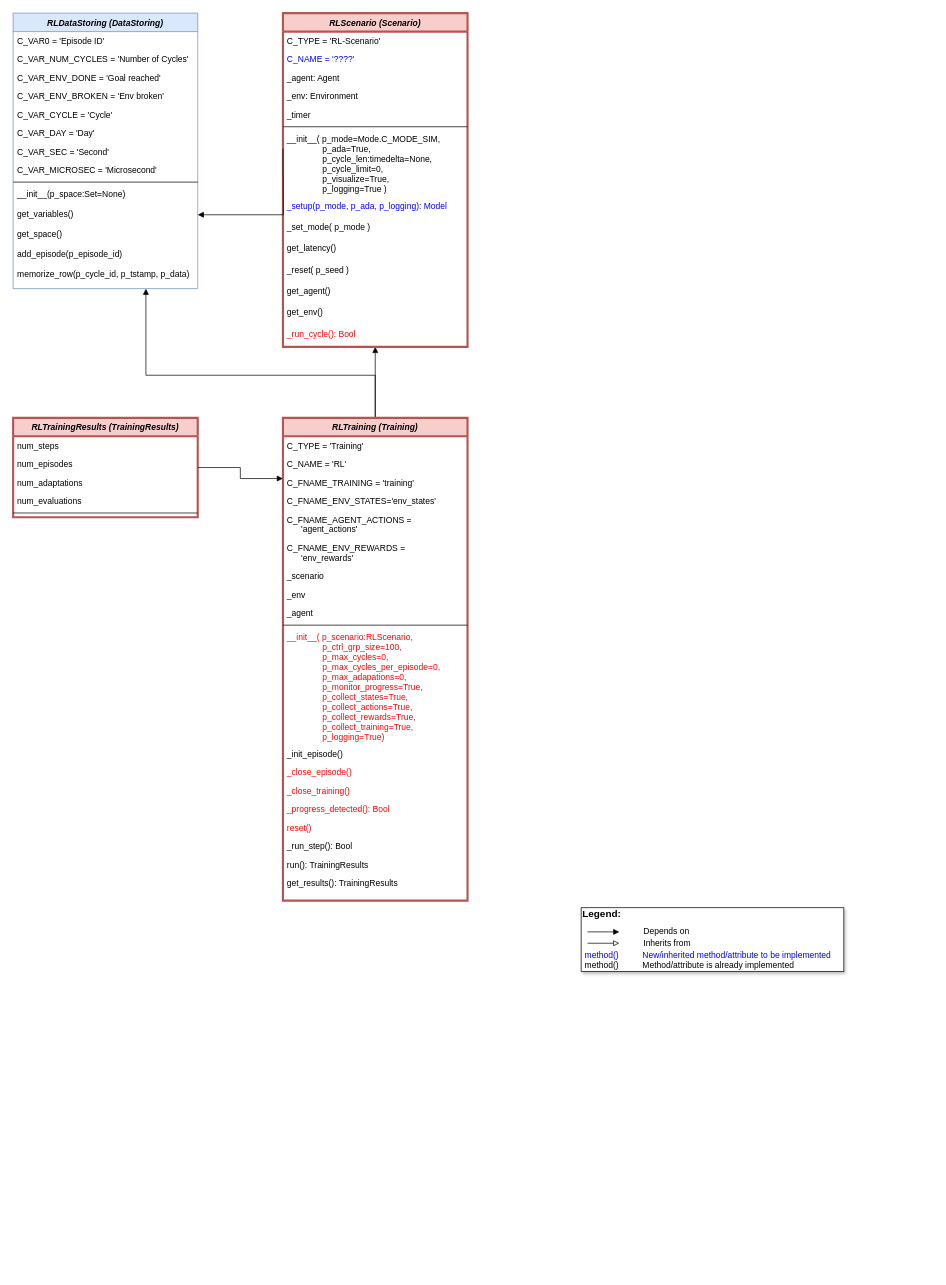
The draw.io diagram doc/rl/04 run and train/MLPro-RL-Train class diagram.drawio in fhswf/MLPro, before the edit. Source tidied: cells renumbered, new cells numbered last; positions are measured from the earlier drawing's top-left corner, leaving out a move shared by most shapes. Both pictures are drawn from the tidied source at 71%, with x=0, y=0 at pixel (13, 13).
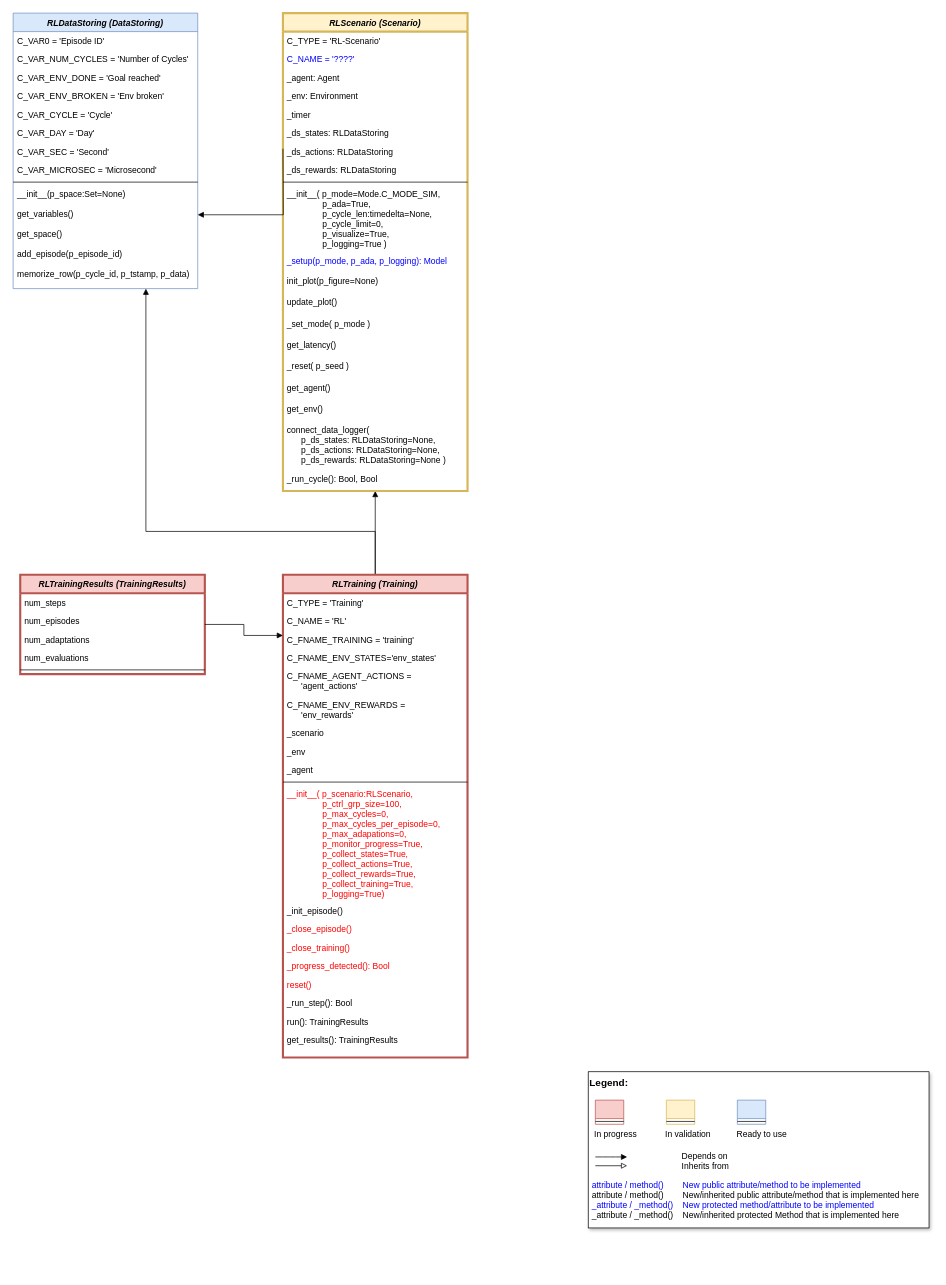
After the change.

Commit message (it also covers changes not shown here):
Scenario, RLScenario

The change refers to these unchanged cells:
```xml
<mxCell id="43" value="RLDataStoring (DataStoring)" style="swimlane;fontStyle=3;align=center;verticalAlign=top;horizontal=1;startSize=26;rounded=0;shadow=0;strokeWidth=1;fillColor=#dae8fc;strokeColor=#6c8ebf;" parent="1" vertex="1">
  <mxGeometry width="260" height="388" as="geometry" />
</mxCell>
```

Change to the diagram source:
```diff
@@
     <mxCell id="3" style="edgeStyle=orthogonalEdgeStyle;rounded=0;jettySize=auto;html=1;endArrow=block;endFill=1;exitX=0.5;exitY=0;exitDx=0;exitDy=0;" parent="1" edge="1" source="4" target="43">
       <mxGeometry relative="1" as="geometry">
         <Array as="points">
-          <mxPoint x="510" y="510" />
-          <mxPoint x="187" y="510" />
+          <mxPoint x="510" y="730" />
+          <mxPoint x="187" y="730" />
         </Array>
       </mxGeometry>
     </mxCell>
     <mxCell id="4" value="RLTraining (Training)" style="swimlane;fontStyle=3;align=center;verticalAlign=top;horizontal=1;startSize=26;rounded=0;shadow=0;strokeWidth=3;fillColor=#f8cecc;strokeColor=#b85450;" parent="1" vertex="1">
-      <mxGeometry x="380" y="570" width="260" height="680" as="geometry" />
+      <mxGeometry x="380" y="791" width="260" height="680" as="geometry" />
     </mxCell>
@@
-    <mxCell id="24" value="RLScenario (Scenario)" style="swimlane;fontStyle=3;align=center;verticalAlign=top;horizontal=1;startSize=26;rounded=0;shadow=0;strokeWidth=3;fillColor=#f8cecc;strokeColor=#b85450;" parent="1" vertex="1">
-      <mxGeometry x="380" width="260" height="470" as="geometry" />
+    <mxCell id="24" value="RLScenario (Scenario)" style="swimlane;fontStyle=3;align=center;verticalAlign=top;horizontal=1;startSize=26;rounded=0;shadow=0;strokeWidth=3;fillColor=#fff2cc;strokeColor=#d6b656;" parent="1" vertex="1">
+      <mxGeometry x="380" width="260" height="673" as="geometry" />
     </mxCell>
@@
+    <mxCell id="66" value="_ds_states: RLDataStoring" style="text;align=left;verticalAlign=top;spacingLeft=4;spacingRight=4;overflow=hidden;" parent="24" vertex="1">
+      <mxGeometry y="156" width="260" height="26" as="geometry" />
+    </mxCell>
+    <mxCell id="67" value="_ds_actions: RLDataStoring" style="text;align=left;verticalAlign=top;spacingLeft=4;spacingRight=4;overflow=hidden;" parent="24" vertex="1">
+      <mxGeometry y="182" width="260" height="26" as="geometry" />
+    </mxCell>
+    <mxCell id="68" value="_ds_rewards: RLDataStoring" style="text;align=left;verticalAlign=top;spacingLeft=4;spacingRight=4;overflow=hidden;" parent="24" vertex="1">
+      <mxGeometry y="208" width="260" height="26" as="geometry" />
+    </mxCell>
     <mxCell id="30" style="line;html=1;strokeWidth=1;align=left;verticalAlign=middle;spacingTop=-1;spacingLeft=3;spacingRight=3;labelPosition=right;" parent="24" vertex="1">
-      <mxGeometry y="156" width="260" height="8" as="geometry" />
+      <mxGeometry y="234" width="260" height="8" as="geometry" />
     </mxCell>
     <mxCell id="31" value="__init__( p_mode=Mode.C_MODE_SIM,&#10;               p_ada=True, &#10;               p_cycle_len:timedelta=None,&#10;               p_cycle_limit=0,&#10;               p_visualize=True,&#10;               p_logging=True )" style="text;align=left;verticalAlign=top;spacingLeft=4;spacingRight=4;overflow=hidden;" parent="24" vertex="1">
-      <mxGeometry y="164" width="260" height="94" as="geometry" />
+      <mxGeometry y="242" width="260" height="94" as="geometry" />
     </mxCell>
     <mxCell id="32" value="_setup(p_mode, p_ada, p_logging): Model" style="text;align=left;verticalAlign=top;spacingLeft=4;spacingRight=4;overflow=hidden;fontColor=#0000FF;" parent="24" vertex="1">
-      <mxGeometry y="258" width="260" height="30" as="geometry" />
+      <mxGeometry y="336" width="260" height="28" as="geometry" />
     </mxCell>
-    <mxCell id="33" value="_set_mode( p_mode )" style="text;align=left;verticalAlign=top;spacingLeft=4;spacingRight=4;overflow=hidden;" parent="24" vertex="1">
-      <mxGeometry y="288" width="260" height="30" as="geometry" />
+    <mxCell id="33" value="init_plot(p_figure=None)" style="text;align=left;verticalAlign=top;spacingLeft=4;spacingRight=4;overflow=hidden;" parent="24" vertex="1">
+      <mxGeometry y="364" width="260" height="30" as="geometry" />
     </mxCell>
+    <mxCell id="69" value="update_plot()" style="text;align=left;verticalAlign=top;spacingLeft=4;spacingRight=4;overflow=hidden;" parent="24" vertex="1">
+      <mxGeometry y="394" width="260" height="30" as="geometry" />
+    </mxCell>
+    <mxCell id="70" value="_set_mode( p_mode )" style="text;align=left;verticalAlign=top;spacingLeft=4;spacingRight=4;overflow=hidden;" parent="24" vertex="1">
+      <mxGeometry y="424" width="260" height="30" as="geometry" />
+    </mxCell>
     <mxCell id="34" value="get_latency()" style="text;align=left;verticalAlign=top;spacingLeft=4;spacingRight=4;overflow=hidden;" parent="24" vertex="1">
-      <mxGeometry y="318" width="260" height="30" as="geometry" />
+      <mxGeometry y="454" width="260" height="30" as="geometry" />
     </mxCell>
     <mxCell id="35" value="_reset( p_seed )" style="text;align=left;verticalAlign=top;spacingLeft=4;spacingRight=4;overflow=hidden;" parent="24" vertex="1">
-      <mxGeometry y="348" width="260" height="30" as="geometry" />
+      <mxGeometry y="484" width="260" height="30" as="geometry" />
     </mxCell>
     <mxCell id="36" value="get_agent()" style="text;align=left;verticalAlign=top;spacingLeft=4;spacingRight=4;overflow=hidden;" parent="24" vertex="1">
-      <mxGeometry y="378" width="260" height="30" as="geometry" />
+      <mxGeometry y="514" width="260" height="30" as="geometry" />
     </mxCell>
     <mxCell id="37" value="get_env()" style="text;align=left;verticalAlign=top;spacingLeft=4;spacingRight=4;overflow=hidden;" parent="24" vertex="1">
-      <mxGeometry y="408" width="260" height="30" as="geometry" />
+      <mxGeometry y="544" width="260" height="30" as="geometry" />
     </mxCell>
+    <mxCell id="71" value="connect_data_logger( &#10;      p_ds_states: RLDataStoring=None,&#10;      p_ds_actions: RLDataStoring=None,&#10;      p_ds_rewards: RLDataStoring=None )" style="text;align=left;verticalAlign=top;spacingLeft=4;spacingRight=4;overflow=hidden;" parent="24" vertex="1">
+      <mxGeometry y="574" width="260" height="69" as="geometry" />
+    </mxCell>
-    <mxCell id="38" value="_run_cycle(): Bool" style="text;align=left;verticalAlign=top;spacingLeft=4;spacingRight=4;overflow=hidden;fontColor=#FF0000;" parent="24" vertex="1">
-      <mxGeometry y="438" width="260" height="30" as="geometry" />
+    <mxCell id="38" value="_run_cycle(): Bool, Bool" style="text;align=left;verticalAlign=top;spacingLeft=4;spacingRight=4;overflow=hidden;" parent="24" vertex="1">
+      <mxGeometry y="643" width="260" height="30" as="geometry" />
     </mxCell>
-    <mxCell id="39" style="group;" parent="1" vertex="1">
-      <mxGeometry x="800" y="1260" width="370" height="90" as="geometry" />
-    </mxCell>
-    <mxCell id="40" value="&lt;font color=&quot;#000000&quot; size=&quot;1&quot;&gt;&lt;b style=&quot;font-size: 14px&quot;&gt;Legend:&lt;br&gt;&lt;/b&gt;&lt;/font&gt;&lt;br&gt;&lt;br&gt;&lt;br&gt;&lt;font color=&quot;#0000ff&quot;&gt;&amp;nbsp;method()&amp;nbsp; &amp;nbsp; &amp;nbsp; &amp;nbsp; &amp;nbsp; New/inherited method/attribute to be implemented&lt;/font&gt;&lt;br&gt;&lt;font color=&quot;#000000&quot;&gt;&amp;nbsp;method()&amp;nbsp; &amp;nbsp; &amp;nbsp; &amp;nbsp; &amp;nbsp; Method/attribute is already implemented&lt;/font&gt;" style="text;html=1;align=left;verticalAlign=middle;whiteSpace=wrap;rounded=0;fontColor=#006600;strokeColor=#000000;shadow=1;fillColor=#ffffff;" parent="39" vertex="1">
-      <mxGeometry width="370" height="90" as="geometry" />
-    </mxCell>
-    <mxCell id="41" value="Depends on" style="endArrow=block;html=1;labelPosition=right;verticalLabelPosition=middle;align=left;verticalAlign=middle;endFill=1;fontSize=12;" parent="39" edge="1">
-      <mxGeometry x="1" y="32" relative="1" as="geometry">
-        <mxPoint x="9" y="34" as="sourcePoint" />
-        <mxPoint x="53.8" y="34" as="targetPoint" />
-        <mxPoint x="32" y="32" as="offset" />
-      </mxGeometry>
-    </mxCell>
-    <mxCell id="42" value="Inherits from" style="endArrow=block;html=1;labelPosition=right;verticalLabelPosition=middle;align=left;verticalAlign=middle;endFill=0;fontSize=12;" parent="39" edge="1">
-      <mxGeometry x="1" y="32" relative="1" as="geometry">
-        <mxPoint x="9" y="50" as="sourcePoint" />
-        <mxPoint x="53.8" y="50" as="targetPoint" />
-        <mxPoint x="32" y="32" as="offset" />
-      </mxGeometry>
-    </mxCell>
@@
     <mxCell id="59" value="RLTrainingResults (TrainingResults)" style="swimlane;fontStyle=3;align=center;verticalAlign=top;horizontal=1;startSize=26;rounded=0;shadow=0;strokeWidth=3;fillColor=#f8cecc;strokeColor=#b85450;" parent="1" vertex="1">
-      <mxGeometry y="570" width="260" height="140" as="geometry" />
+      <mxGeometry x="10" y="791" width="260" height="140" as="geometry" />
     </mxCell>
@@
+    <mxCell id="72" style="group;" parent="1" vertex="1">
+      <mxGeometry x="810" y="1491" width="480" height="220" as="geometry" />
+    </mxCell>
+    <mxCell id="73" value="&lt;font color=&quot;#000000&quot; size=&quot;1&quot;&gt;&lt;b style=&quot;font-size: 14px&quot;&gt;Legend:&lt;br&gt;&lt;/b&gt;&lt;/font&gt;&lt;br&gt;&lt;br&gt;&lt;br&gt;&lt;font color=&quot;#0000ff&quot; style=&quot;font-size: 6px&quot;&gt;&lt;br&gt;&lt;/font&gt;&lt;span style=&quot;color: rgb(0 , 0 , 0)&quot;&gt;&lt;font style=&quot;font-size: 4px&quot;&gt;&amp;nbsp; &amp;nbsp;&lt;/font&gt;&amp;nbsp;In progress&amp;nbsp; &amp;nbsp; &amp;nbsp; &amp;nbsp; &amp;nbsp; &amp;nbsp; In validation&amp;nbsp; &amp;nbsp; &amp;nbsp; &amp;nbsp; &amp;nbsp; &amp;nbsp;Ready to use&lt;/span&gt;&lt;font color=&quot;#000000&quot;&gt;&amp;nbsp;&lt;br&gt;&lt;/font&gt;&lt;font color=&quot;#0000ff&quot;&gt;&lt;br&gt;&lt;br&gt;&lt;br&gt;&lt;br&gt;&amp;nbsp;attribute / method()&amp;nbsp; &amp;nbsp; &amp;nbsp; &amp;nbsp; New public attribute/method to be implemented&lt;/font&gt;&lt;br&gt;&lt;font color=&quot;#000000&quot;&gt;&amp;nbsp;&lt;/font&gt;&lt;font color=&quot;#000000&quot;&gt;attribute / method()&lt;span&gt;&#9;&lt;/span&gt;&amp;nbsp; &amp;nbsp; &amp;nbsp; &amp;nbsp;New/inherited public attribute/method that is implemented here&lt;br&gt;&lt;/font&gt;&lt;font color=&quot;#0000ff&quot;&gt;&amp;nbsp;_attribute /&amp;nbsp;&lt;/font&gt;&lt;font color=&quot;#0000ff&quot;&gt;_method()&amp;nbsp; &amp;nbsp; New protected method/attribute to be implemented&lt;/font&gt;&lt;br&gt;&lt;font color=&quot;#000000&quot;&gt;&amp;nbsp;_attribute / _method()&amp;nbsp; &amp;nbsp; New/inherited protected Method that is implemented here&lt;br&gt;&lt;/font&gt;&lt;font color=&quot;#000000&quot;&gt;&lt;br&gt;&lt;br&gt;&lt;br&gt;&lt;br&gt;&lt;br&gt;&lt;/font&gt;" style="text;html=1;align=left;verticalAlign=top;whiteSpace=wrap;rounded=0;fontColor=#006600;strokeColor=#000000;shadow=1;fillColor=#ffffff;" parent="72" vertex="1">
+      <mxGeometry width="480" height="220" as="geometry" />
+    </mxCell>
+    <mxCell id="41" value="Depends on" style="endArrow=block;html=1;labelPosition=right;verticalLabelPosition=middle;align=left;verticalAlign=middle;endFill=1;fontSize=12;" parent="72" edge="1">
+      <mxGeometry x="-1590" y="-2180" as="geometry">
+        <mxPoint x="10" y="120" as="sourcePoint" />
+        <mxPoint x="54.8" y="120" as="targetPoint" />
+        <Array as="points">
+          <mxPoint x="30" y="120" />
+        </Array>
+        <mxPoint x="98" as="offset" />
+      </mxGeometry>
+    </mxCell>
+    <mxCell id="42" value="Inherits from" style="endArrow=block;html=1;labelPosition=right;verticalLabelPosition=middle;align=left;verticalAlign=middle;endFill=0;fontSize=12;" parent="72" edge="1">
+      <mxGeometry x="-1590" y="-2180" as="geometry">
+        <mxPoint x="10" y="132.4" as="sourcePoint" />
+        <mxPoint x="54.8" y="132.4" as="targetPoint" />
+        <mxPoint x="98" y="1" as="offset" />
+      </mxGeometry>
+    </mxCell>
+    <mxCell id="74" style="swimlane;fontStyle=3;align=center;verticalAlign=top;horizontal=1;startSize=26;rounded=0;shadow=0;strokeWidth=1;fillColor=#f8cecc;strokeColor=#b85450;" parent="72" vertex="1">
+      <mxGeometry x="10" y="40" width="40" height="34" as="geometry" />
+    </mxCell>
+    <mxCell id="75" style="line;html=1;strokeWidth=1;align=left;verticalAlign=middle;spacingTop=-1;spacingLeft=3;spacingRight=3;labelPosition=right;" parent="74" vertex="1">
+      <mxGeometry y="26" width="40" height="8" as="geometry" />
+    </mxCell>
+    <mxCell id="76" style="swimlane;fontStyle=3;align=center;verticalAlign=top;horizontal=1;startSize=26;rounded=0;shadow=0;strokeWidth=1;fillColor=#fff2cc;strokeColor=#d6b656;" parent="72" vertex="1">
+      <mxGeometry x="110" y="40" width="40" height="34" as="geometry" />
+    </mxCell>
+    <mxCell id="77" style="line;html=1;strokeWidth=1;align=left;verticalAlign=middle;spacingTop=-1;spacingLeft=3;spacingRight=3;labelPosition=right;" parent="76" vertex="1">
+      <mxGeometry y="26" width="40" height="8" as="geometry" />
+    </mxCell>
+    <mxCell id="78" style="swimlane;fontStyle=3;align=center;verticalAlign=top;horizontal=1;startSize=26;rounded=0;shadow=0;strokeWidth=1;fillColor=#dae8fc;strokeColor=#6c8ebf;" parent="72" vertex="1">
+      <mxGeometry x="210" y="40" width="40" height="34" as="geometry" />
+    </mxCell>
+    <mxCell id="79" style="line;html=1;strokeWidth=1;align=left;verticalAlign=middle;spacingTop=-1;spacingLeft=3;spacingRight=3;labelPosition=right;" parent="78" vertex="1">
+      <mxGeometry y="26" width="40" height="8" as="geometry" />
+    </mxCell>
```
